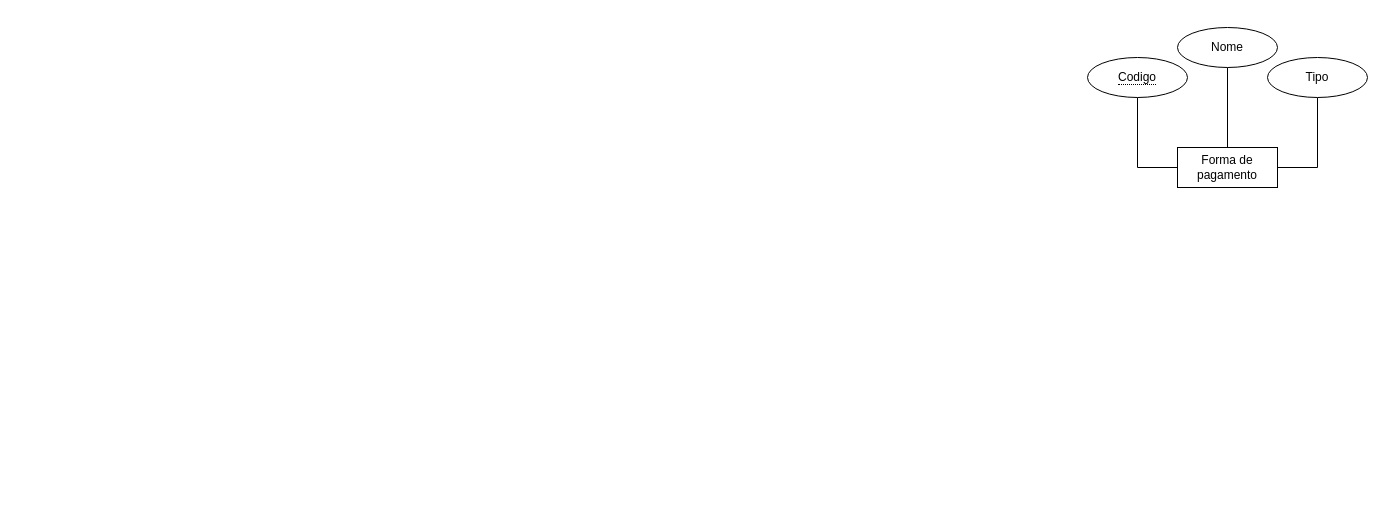
diegohfcelestino/arquitetura keeps this draw.io diagram as mer.drawio. Above is the earlier version. Source tidied: cells renumbered, new cells numbered last; positions are measured from the earlier drawing's top-left corner, leaving out a move shared by most shapes. Both pictures are drawn from the tidied source at 100%, with x=0, y=0 at pixel (1087, 27).
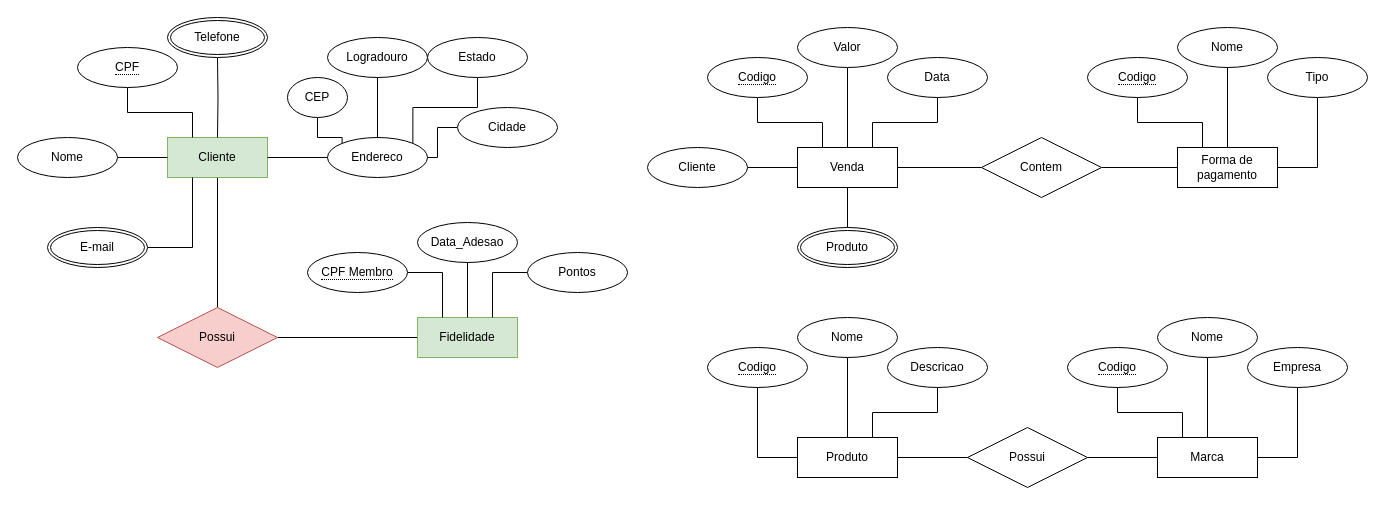
The same diagram, later.

The change refers to these unchanged cells:
```xml
<mxCell id="2" value="Forma de pagamento" style="whiteSpace=wrap;html=1;align=center;" parent="1" vertex="1">
  <mxGeometry x="90" y="120" width="100" height="40" as="geometry" />
</mxCell>
<mxCell id="8" value="&lt;span style=&quot;border-bottom: 1px dotted&quot;&gt;Codigo&lt;br&gt;&lt;/span&gt;" style="ellipse;whiteSpace=wrap;html=1;align=center;" parent="1" vertex="1">
  <mxGeometry y="30" width="100" height="40" as="geometry" />
</mxCell>
```

Diff of the diagram source:
```diff
@@
-    <mxCell id="7" style="edgeStyle=orthogonalEdgeStyle;rounded=0;jettySize=auto;html=1;endArrow=none;endFill=0;entryX=0;entryY=0.5;entryDx=0;entryDy=0;" parent="1" edge="1" source="8" target="2">
+    <mxCell id="7" style="edgeStyle=orthogonalEdgeStyle;rounded=0;jettySize=auto;html=1;endArrow=none;endFill=0;entryX=0.25;entryY=0;entryDx=0;entryDy=0;" parent="1" edge="1" source="8" target="2">
       <mxGeometry relative="1" as="geometry" />
     </mxCell>
@@
+    <mxCell id="9" style="edgeStyle=orthogonalEdgeStyle;rounded=0;jettySize=auto;html=1;endArrow=none;endFill=0;" parent="1" edge="1" source="10" target="39">
+      <mxGeometry relative="1" as="geometry" />
+    </mxCell>
+    <mxCell id="10" value="Produto" style="whiteSpace=wrap;html=1;align=center;" parent="1" vertex="1">
+      <mxGeometry x="-290" y="410" width="100" height="40" as="geometry" />
+    </mxCell>
+    <mxCell id="11" style="edgeStyle=orthogonalEdgeStyle;rounded=0;jettySize=auto;html=1;endArrow=none;endFill=0;" parent="1" edge="1" source="12" target="10">
+      <mxGeometry relative="1" as="geometry" />
+    </mxCell>
+    <mxCell id="12" value="Nome" style="ellipse;whiteSpace=wrap;html=1;align=center;" parent="1" vertex="1">
+      <mxGeometry x="-290" y="290" width="100" height="40" as="geometry" />
+    </mxCell>
+    <mxCell id="13" style="edgeStyle=orthogonalEdgeStyle;rounded=0;jettySize=auto;html=1;entryX=0.75;entryY=0;entryDx=0;entryDy=0;endArrow=none;endFill=0;" parent="1" edge="1" source="14" target="10">
+      <mxGeometry relative="1" as="geometry" />
+    </mxCell>
+    <mxCell id="14" value="Descricao" style="ellipse;whiteSpace=wrap;html=1;align=center;" parent="1" vertex="1">
+      <mxGeometry x="-200" y="320" width="100" height="40" as="geometry" />
+    </mxCell>
+    <mxCell id="15" style="edgeStyle=orthogonalEdgeStyle;rounded=0;jettySize=auto;html=1;endArrow=none;endFill=0;entryX=0;entryY=0.5;entryDx=0;entryDy=0;" parent="1" edge="1" source="16" target="10">
+      <mxGeometry relative="1" as="geometry" />
+    </mxCell>
+    <mxCell id="16" value="&lt;span style=&quot;border-bottom: 1px dotted&quot;&gt;Codigo&lt;br&gt;&lt;/span&gt;" style="ellipse;whiteSpace=wrap;html=1;align=center;" parent="1" vertex="1">
+      <mxGeometry x="-380" y="320" width="100" height="40" as="geometry" />
+    </mxCell>
+    <mxCell id="17" value="Marca" style="whiteSpace=wrap;html=1;align=center;" parent="1" vertex="1">
+      <mxGeometry x="70" y="410" width="100" height="40" as="geometry" />
+    </mxCell>
+    <mxCell id="18" style="edgeStyle=orthogonalEdgeStyle;rounded=0;jettySize=auto;html=1;endArrow=none;endFill=0;" parent="1" edge="1" source="19" target="17">
+      <mxGeometry relative="1" as="geometry" />
+    </mxCell>
+    <mxCell id="19" value="Nome" style="ellipse;whiteSpace=wrap;html=1;align=center;" parent="1" vertex="1">
+      <mxGeometry x="70" y="290" width="100" height="40" as="geometry" />
+    </mxCell>
+    <mxCell id="20" style="edgeStyle=orthogonalEdgeStyle;rounded=0;jettySize=auto;html=1;entryX=1;entryY=0.5;entryDx=0;entryDy=0;endArrow=none;endFill=0;" parent="1" edge="1" source="21" target="17">
+      <mxGeometry relative="1" as="geometry" />
+    </mxCell>
+    <mxCell id="21" value="Empresa" style="ellipse;whiteSpace=wrap;html=1;align=center;" parent="1" vertex="1">
+      <mxGeometry x="160" y="320" width="100" height="40" as="geometry" />
+    </mxCell>
+    <mxCell id="22" style="edgeStyle=orthogonalEdgeStyle;rounded=0;jettySize=auto;html=1;endArrow=none;endFill=0;entryX=0.25;entryY=0;entryDx=0;entryDy=0;" parent="1" edge="1" source="23" target="17">
+      <mxGeometry relative="1" as="geometry" />
+    </mxCell>
+    <mxCell id="23" value="&lt;span style=&quot;border-bottom: 1px dotted&quot;&gt;Codigo&lt;br&gt;&lt;/span&gt;" style="ellipse;whiteSpace=wrap;html=1;align=center;" parent="1" vertex="1">
+      <mxGeometry x="-20" y="320" width="100" height="40" as="geometry" />
+    </mxCell>
+    <mxCell id="24" style="edgeStyle=orthogonalEdgeStyle;rounded=0;jettySize=auto;html=1;entryX=0;entryY=0.5;entryDx=0;entryDy=0;endArrow=none;endFill=0;" parent="1" edge="1" source="25" target="33">
+      <mxGeometry relative="1" as="geometry" />
+    </mxCell>
+    <mxCell id="25" value="Venda" style="whiteSpace=wrap;html=1;align=center;" parent="1" vertex="1">
+      <mxGeometry x="-290" y="120" width="100" height="40" as="geometry" />
+    </mxCell>
+    <mxCell id="26" style="edgeStyle=orthogonalEdgeStyle;rounded=0;jettySize=auto;html=1;endArrow=none;endFill=0;" parent="1" edge="1" source="27" target="25">
+      <mxGeometry relative="1" as="geometry" />
+    </mxCell>
+    <mxCell id="27" value="Valor" style="ellipse;whiteSpace=wrap;html=1;align=center;" parent="1" vertex="1">
+      <mxGeometry x="-290" width="100" height="40" as="geometry" />
+    </mxCell>
+    <mxCell id="28" style="edgeStyle=orthogonalEdgeStyle;rounded=0;jettySize=auto;html=1;entryX=0.75;entryY=0;entryDx=0;entryDy=0;endArrow=none;endFill=0;" parent="1" edge="1" source="29" target="25">
+      <mxGeometry relative="1" as="geometry" />
+    </mxCell>
+    <mxCell id="29" value="Data" style="ellipse;whiteSpace=wrap;html=1;align=center;" parent="1" vertex="1">
+      <mxGeometry x="-200" y="30" width="100" height="40" as="geometry" />
+    </mxCell>
+    <mxCell id="30" style="edgeStyle=orthogonalEdgeStyle;rounded=0;jettySize=auto;html=1;endArrow=none;endFill=0;entryX=0.25;entryY=0;entryDx=0;entryDy=0;" parent="1" edge="1" source="31" target="25">
+      <mxGeometry relative="1" as="geometry" />
+    </mxCell>
+    <mxCell id="31" value="&lt;span style=&quot;border-bottom: 1px dotted&quot;&gt;Codigo&lt;br&gt;&lt;/span&gt;" style="ellipse;whiteSpace=wrap;html=1;align=center;" parent="1" vertex="1">
+      <mxGeometry x="-380" y="30" width="100" height="40" as="geometry" />
+    </mxCell>
+    <mxCell id="32" style="edgeStyle=orthogonalEdgeStyle;rounded=0;jettySize=auto;html=1;entryX=0;entryY=0.5;entryDx=0;entryDy=0;endArrow=none;endFill=0;" parent="1" edge="1" source="33" target="2">
+      <mxGeometry relative="1" as="geometry" />
+    </mxCell>
+    <mxCell id="33" value="Contem" style="shape=rhombus;perimeter=rhombusPerimeter;whiteSpace=wrap;html=1;align=center;" parent="1" vertex="1">
+      <mxGeometry x="-106" y="110" width="120" height="60" as="geometry" />
+    </mxCell>
+    <mxCell id="34" style="edgeStyle=orthogonalEdgeStyle;rounded=0;jettySize=auto;html=1;endArrow=none;endFill=0;" parent="1" edge="1" source="35" target="25">
+      <mxGeometry relative="1" as="geometry" />
+    </mxCell>
+    <mxCell id="35" value="Cliente" style="ellipse;whiteSpace=wrap;html=1;align=center;" parent="1" vertex="1">
+      <mxGeometry x="-440" y="120" width="100" height="40" as="geometry" />
+    </mxCell>
+    <mxCell id="36" style="edgeStyle=orthogonalEdgeStyle;rounded=0;jettySize=auto;html=1;endArrow=none;endFill=0;" parent="1" edge="1" source="37" target="25">
+      <mxGeometry relative="1" as="geometry" />
+    </mxCell>
+    <mxCell id="37" value="Produto" style="ellipse;shape=doubleEllipse;margin=3;whiteSpace=wrap;html=1;align=center;" parent="1" vertex="1">
+      <mxGeometry x="-290" y="200" width="100" height="40" as="geometry" />
+    </mxCell>
+    <mxCell id="38" style="edgeStyle=orthogonalEdgeStyle;rounded=0;jettySize=auto;html=1;endArrow=none;endFill=0;" parent="1" edge="1" source="39" target="17">
+      <mxGeometry relative="1" as="geometry" />
+    </mxCell>
+    <mxCell id="39" value="Possui" style="shape=rhombus;perimeter=rhombusPerimeter;whiteSpace=wrap;html=1;align=center;" parent="1" vertex="1">
+      <mxGeometry x="-120" y="400" width="120" height="60" as="geometry" />
+    </mxCell>
+    <mxCell id="40" style="edgeStyle=orthogonalEdgeStyle;rounded=0;jettySize=auto;html=1;entryX=0.5;entryY=0;entryDx=0;entryDy=0;endArrow=none;endFill=0;" parent="1" edge="1" source="41" target="61">
+      <mxGeometry relative="1" as="geometry" />
+    </mxCell>
+    <mxCell id="41" value="Cliente" style="whiteSpace=wrap;html=1;align=center;fillColor=#d5e8d4;strokeColor=#82b366;" parent="1" vertex="1">
+      <mxGeometry x="-920" y="110" width="100" height="40" as="geometry" />
+    </mxCell>
+    <mxCell id="42" style="edgeStyle=orthogonalEdgeStyle;rounded=0;jettySize=auto;html=1;endArrow=none;endFill=0;" parent="1" edge="1" target="41">
+      <mxGeometry relative="1" as="geometry">
+        <mxPoint x="-870" y="30" as="sourcePoint" />
+      </mxGeometry>
+    </mxCell>
+    <mxCell id="43" style="edgeStyle=orthogonalEdgeStyle;rounded=0;jettySize=auto;html=1;endArrow=none;endFill=0;entryX=0.25;entryY=0;entryDx=0;entryDy=0;" parent="1" edge="1" source="44" target="41">
+      <mxGeometry relative="1" as="geometry" />
+    </mxCell>
+    <mxCell id="44" value="&lt;span style=&quot;border-bottom: 1px dotted&quot;&gt;CPF&lt;br&gt;&lt;/span&gt;" style="ellipse;whiteSpace=wrap;html=1;align=center;" parent="1" vertex="1">
+      <mxGeometry x="-1010" y="20" width="100" height="40" as="geometry" />
+    </mxCell>
+    <mxCell id="45" style="edgeStyle=orthogonalEdgeStyle;rounded=0;jettySize=auto;html=1;endArrow=none;endFill=0;" parent="1" edge="1" source="46" target="41">
+      <mxGeometry relative="1" as="geometry" />
+    </mxCell>
+    <mxCell id="46" value="Nome" style="ellipse;whiteSpace=wrap;html=1;align=center;" parent="1" vertex="1">
+      <mxGeometry x="-1070" y="110" width="100" height="40" as="geometry" />
+    </mxCell>
+    <mxCell id="47" style="edgeStyle=orthogonalEdgeStyle;rounded=0;jettySize=auto;html=1;endArrow=none;endFill=0;entryX=0.25;entryY=1;entryDx=0;entryDy=0;" parent="1" edge="1" source="48" target="41">
+      <mxGeometry relative="1" as="geometry" />
+    </mxCell>
+    <mxCell id="48" value="E-mail" style="ellipse;shape=doubleEllipse;margin=3;whiteSpace=wrap;html=1;align=center;" parent="1" vertex="1">
+      <mxGeometry x="-1040" y="200" width="100" height="40" as="geometry" />
+    </mxCell>
+    <mxCell id="49" value="Telefone" style="ellipse;shape=doubleEllipse;margin=3;whiteSpace=wrap;html=1;align=center;" parent="1" vertex="1">
+      <mxGeometry x="-920" y="-10" width="100" height="40" as="geometry" />
+    </mxCell>
+    <mxCell id="50" style="edgeStyle=orthogonalEdgeStyle;rounded=0;jettySize=auto;html=1;endArrow=none;endFill=0;" parent="1" edge="1" source="51" target="41">
+      <mxGeometry relative="1" as="geometry" />
+    </mxCell>
+    <mxCell id="51" value="Endereco" style="ellipse;whiteSpace=wrap;html=1;align=center;" parent="1" vertex="1">
+      <mxGeometry x="-760" y="110" width="100" height="40" as="geometry" />
+    </mxCell>
+    <mxCell id="52" style="edgeStyle=orthogonalEdgeStyle;rounded=0;jettySize=auto;html=1;entryX=1;entryY=0.5;entryDx=0;entryDy=0;endArrow=none;endFill=0;" parent="1" edge="1" source="53" target="51">
+      <mxGeometry relative="1" as="geometry" />
+    </mxCell>
+    <mxCell id="53" value="Cidade" style="ellipse;whiteSpace=wrap;html=1;align=center;" parent="1" vertex="1">
+      <mxGeometry x="-630" y="80" width="100" height="40" as="geometry" />
+    </mxCell>
+    <mxCell id="54" style="edgeStyle=orthogonalEdgeStyle;rounded=0;jettySize=auto;html=1;entryX=1;entryY=0;entryDx=0;entryDy=0;endArrow=none;endFill=0;" parent="1" edge="1" source="55" target="51">
+      <mxGeometry relative="1" as="geometry" />
+    </mxCell>
+    <mxCell id="55" value="Estado" style="ellipse;whiteSpace=wrap;html=1;align=center;" parent="1" vertex="1">
+      <mxGeometry x="-660" y="10" width="100" height="40" as="geometry" />
+    </mxCell>
+    <mxCell id="56" style="edgeStyle=orthogonalEdgeStyle;rounded=0;jettySize=auto;html=1;entryX=0.5;entryY=0;entryDx=0;entryDy=0;endArrow=none;endFill=0;" parent="1" edge="1" source="57" target="51">
+      <mxGeometry relative="1" as="geometry" />
+    </mxCell>
+    <mxCell id="57" value="Logradouro" style="ellipse;whiteSpace=wrap;html=1;align=center;" parent="1" vertex="1">
+      <mxGeometry x="-760" y="10" width="100" height="40" as="geometry" />
+    </mxCell>
+    <mxCell id="58" style="edgeStyle=orthogonalEdgeStyle;rounded=0;jettySize=auto;html=1;entryX=0;entryY=0;entryDx=0;entryDy=0;endArrow=none;endFill=0;" parent="1" edge="1" source="59" target="51">
+      <mxGeometry relative="1" as="geometry" />
+    </mxCell>
+    <mxCell id="59" value="CEP" style="ellipse;whiteSpace=wrap;html=1;align=center;" parent="1" vertex="1">
+      <mxGeometry x="-800" y="50" width="60" height="40" as="geometry" />
+    </mxCell>
+    <mxCell id="60" style="edgeStyle=orthogonalEdgeStyle;rounded=0;jettySize=auto;html=1;entryX=0;entryY=0.5;entryDx=0;entryDy=0;endArrow=none;endFill=0;" parent="1" edge="1" source="61" target="62">
+      <mxGeometry relative="1" as="geometry" />
+    </mxCell>
+    <mxCell id="61" value="Possui" style="shape=rhombus;perimeter=rhombusPerimeter;whiteSpace=wrap;html=1;align=center;fillColor=#f8cecc;strokeColor=#b85450;" parent="1" vertex="1">
+      <mxGeometry x="-930" y="280" width="120" height="60" as="geometry" />
+    </mxCell>
+    <mxCell id="62" value="Fidelidade" style="whiteSpace=wrap;html=1;align=center;fillColor=#d5e8d4;strokeColor=#82b366;" parent="1" vertex="1">
+      <mxGeometry x="-670" y="290" width="100" height="40" as="geometry" />
+    </mxCell>
+    <mxCell id="63" style="edgeStyle=orthogonalEdgeStyle;rounded=0;jettySize=auto;html=1;endArrow=none;endFill=0;" parent="1" edge="1" source="64" target="62">
+      <mxGeometry relative="1" as="geometry" />
+    </mxCell>
+    <mxCell id="64" value="Data_Adesao" style="ellipse;whiteSpace=wrap;html=1;align=center;" parent="1" vertex="1">
+      <mxGeometry x="-670" y="195" width="100" height="40" as="geometry" />
+    </mxCell>
+    <mxCell id="65" style="edgeStyle=orthogonalEdgeStyle;rounded=0;jettySize=auto;html=1;entryX=0.75;entryY=0;entryDx=0;entryDy=0;endArrow=none;endFill=0;" parent="1" edge="1" source="66" target="62">
+      <mxGeometry relative="1" as="geometry" />
+    </mxCell>
+    <mxCell id="66" value="Pontos" style="ellipse;whiteSpace=wrap;html=1;align=center;" parent="1" vertex="1">
+      <mxGeometry x="-560" y="225" width="100" height="40" as="geometry" />
+    </mxCell>
+    <mxCell id="67" style="edgeStyle=orthogonalEdgeStyle;rounded=0;jettySize=auto;html=1;entryX=0.25;entryY=0;entryDx=0;entryDy=0;endArrow=none;endFill=0;" parent="1" edge="1" source="68" target="62">
+      <mxGeometry relative="1" as="geometry" />
+    </mxCell>
+    <mxCell id="68" value="&lt;span style=&quot;border-bottom: 1px dotted&quot;&gt;CPF Membro&lt;br&gt;&lt;/span&gt;" style="ellipse;whiteSpace=wrap;html=1;align=center;" parent="1" vertex="1">
+      <mxGeometry x="-780" y="225" width="100" height="40" as="geometry" />
+    </mxCell>
```
